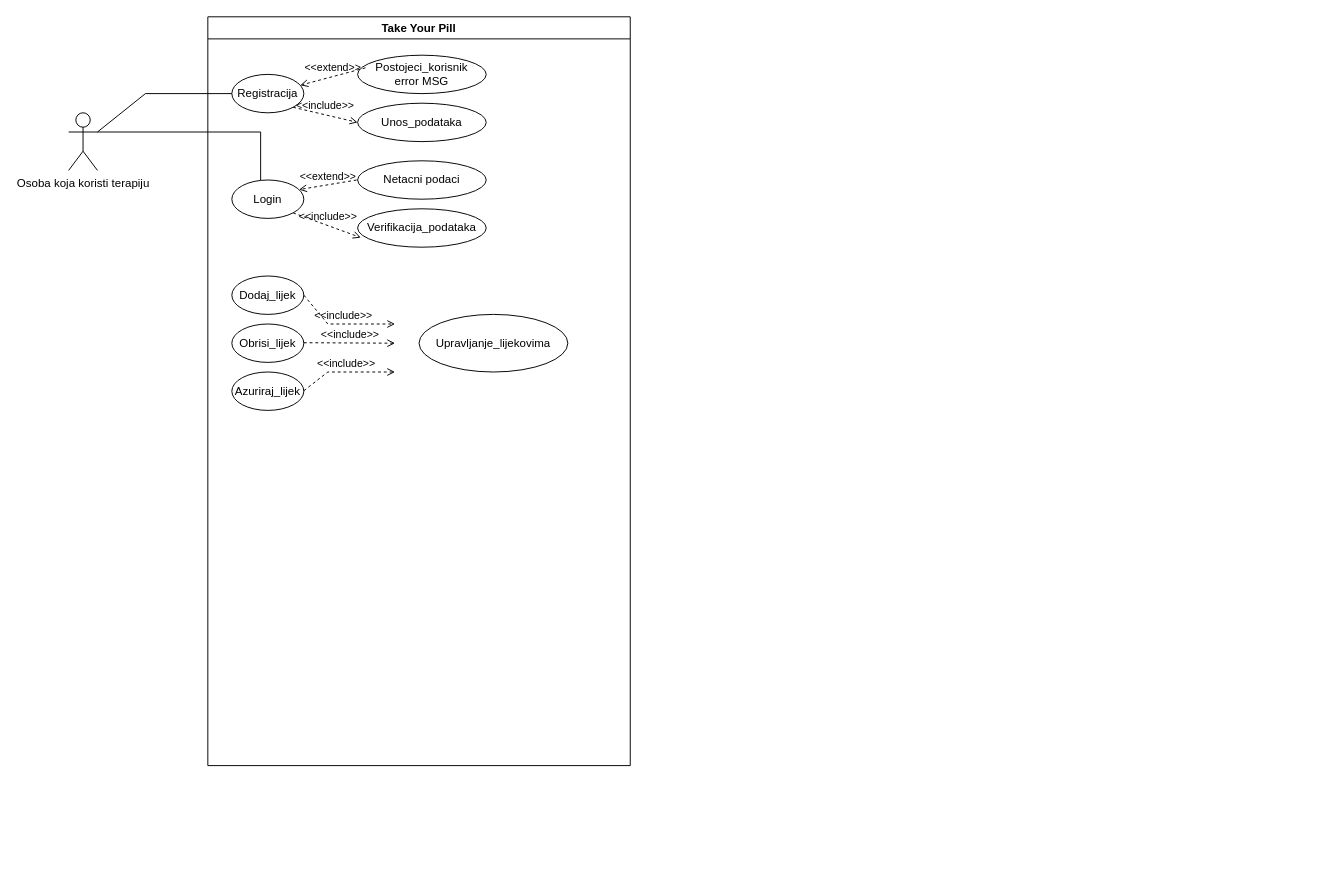
This is OOAD.drawio from ahakanovic1/Marsovci, a draw.io file, before an edit. Source tidied: cells renumbered, new cells numbered last; positions are measured from the earlier drawing's top-left corner, leaving out a move shared by most shapes. Both pictures are drawn from the tidied source at 96%, with x=0, y=0 at pixel (68, 16).
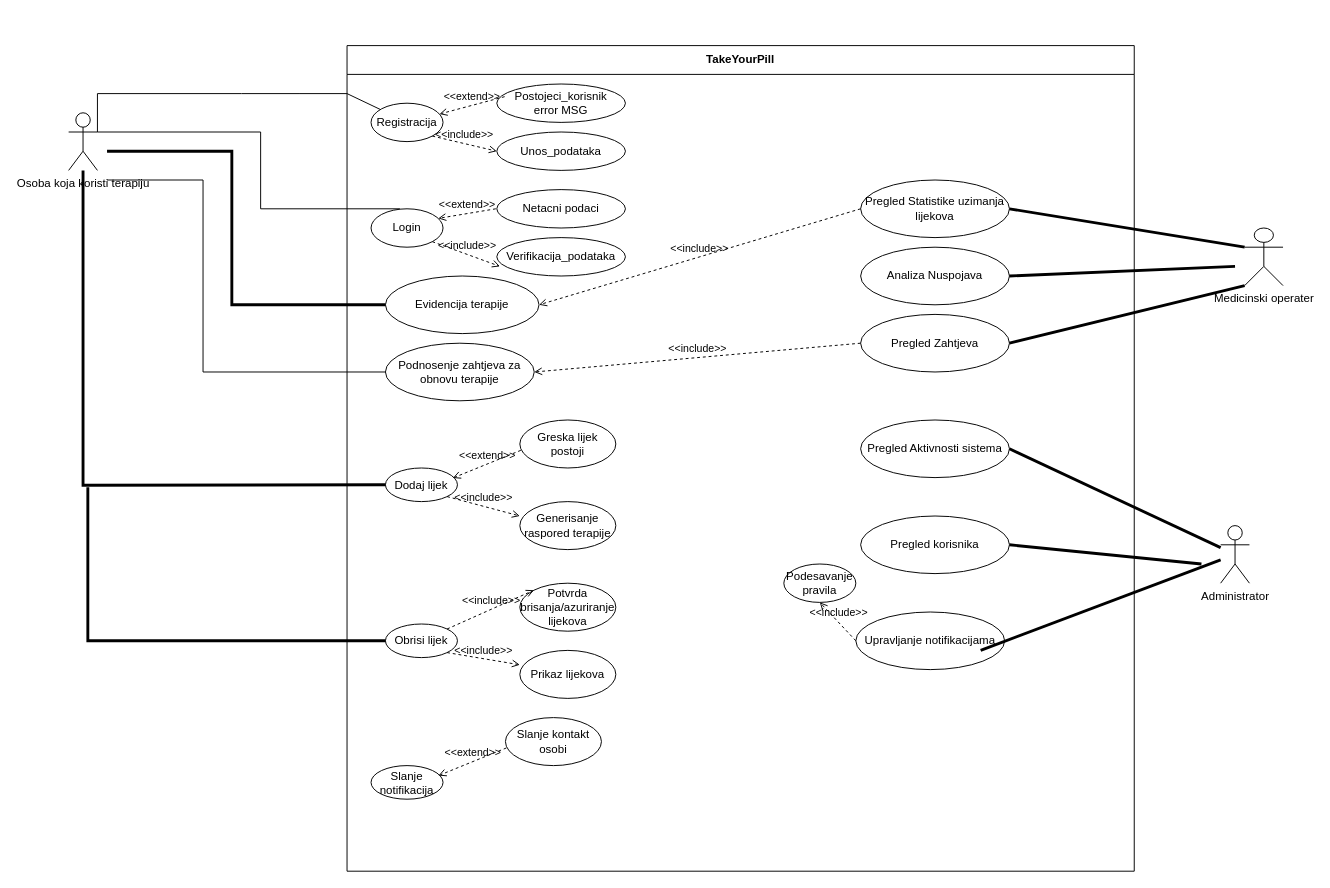
After the change.

The change refers to these unchanged cells:
```xml
<mxCell id="3" value="Registracija" style="ellipse;whiteSpace=wrap;html=1;" parent="2" vertex="1">
  <mxGeometry x="25" y="60" width="75" height="40" as="geometry" />
</mxCell>
<mxCell id="6" value="Login" style="ellipse;whiteSpace=wrap;html=1;" parent="2" vertex="1">
  <mxGeometry x="25" y="170" width="75" height="40" as="geometry" />
</mxCell>
<mxCell id="20" value="Osoba koja koristi terapiju&lt;div&gt;&lt;br&gt;&lt;/div&gt;" style="shape=umlActor;verticalLabelPosition=bottom;verticalAlign=top;html=1;outlineConnect=0;" parent="1" vertex="1">
  <mxGeometry y="100" width="30" height="60" as="geometry" />
</mxCell>
```

Change to the diagram source:
```diff
@@
-    <mxCell id="2" value="Take Your Pill" style="swimlane;whiteSpace=wrap;html=1;" parent="1" vertex="1">
-      <mxGeometry x="145" width="440" height="780" as="geometry" />
+    <mxCell id="2" value="TakeYourPill" style="swimlane;whiteSpace=wrap;html=1;startSize=30;" parent="1" vertex="1">
+      <mxGeometry x="290" y="30" width="820" height="860" as="geometry" />
     </mxCell>
@@
-    <mxCell id="13" value="Dodaj_lijek" style="ellipse;whiteSpace=wrap;html=1;" parent="2" vertex="1">
-      <mxGeometry x="25" y="270" width="75" height="40" as="geometry" />
-    </mxCell>
-    <mxCell id="14" value="Obrisi_lijek" style="ellipse;whiteSpace=wrap;html=1;" parent="2" vertex="1">
-      <mxGeometry x="25" y="320" width="75" height="40" as="geometry" />
-    </mxCell>
-    <mxCell id="15" value="Azuriraj_lijek" style="ellipse;whiteSpace=wrap;html=1;" parent="2" vertex="1">
-      <mxGeometry x="25" y="370" width="75" height="40" as="geometry" />
-    </mxCell>
-    <mxCell id="16" value="&amp;lt;&amp;lt;include&amp;gt;&amp;gt;" style="html=1;verticalAlign=bottom;labelBackgroundColor=none;endArrow=open;endFill=0;dashed=1;rounded=0;exitX=1;exitY=0.5;exitDx=0;exitDy=0;" parent="2" edge="1" source="13">
-      <mxGeometry relative="1" as="geometry">
-        <mxPoint x="195" y="320" as="targetPoint" />
-        <Array as="points">
-          <mxPoint x="125" y="320" />
-        </Array>
-      </mxGeometry>
-    </mxCell>
-    <mxCell id="17" value="&amp;lt;&amp;lt;include&amp;gt;&amp;gt;" style="html=1;verticalAlign=bottom;labelBackgroundColor=none;endArrow=open;endFill=0;dashed=1;rounded=0;exitX=1;exitY=0.5;exitDx=0;exitDy=0;" parent="2" edge="1">
-      <mxGeometry relative="1" as="geometry">
-        <mxPoint x="100" y="339.5" as="sourcePoint" />
-        <mxPoint x="195" y="340" as="targetPoint" />
-      </mxGeometry>
-    </mxCell>
-    <mxCell id="18" value="&amp;lt;&amp;lt;include&amp;gt;&amp;gt;" style="html=1;verticalAlign=bottom;labelBackgroundColor=none;endArrow=open;endFill=0;dashed=1;rounded=0;exitX=1;exitY=0.5;exitDx=0;exitDy=0;" parent="2" edge="1">
-      <mxGeometry relative="1" as="geometry">
-        <mxPoint x="100" y="389.5" as="sourcePoint" />
-        <mxPoint x="195" y="370" as="targetPoint" />
-        <Array as="points">
-          <mxPoint x="125" y="370" />
-        </Array>
-      </mxGeometry>
-    </mxCell>
-    <mxCell id="19" value="Upravljanje_lijekovima" style="ellipse;whiteSpace=wrap;html=1;" parent="2" vertex="1">
-      <mxGeometry x="220" y="310" width="155" height="60" as="geometry" />
+    <mxCell id="19" value="Podnosenje zahtjeva za obnovu terapije" style="ellipse;whiteSpace=wrap;html=1;" parent="2" vertex="1">
+      <mxGeometry x="40" y="310" width="155" height="60" as="geometry" />
     </mxCell>
+    <mxCell id="23" value="Pregled Zahtjeva" style="ellipse;whiteSpace=wrap;html=1;" parent="2" vertex="1">
+      <mxGeometry x="535" y="280" width="155" height="60" as="geometry" />
+    </mxCell>
+    <mxCell id="24" value="Analiza Nuspojava" style="ellipse;whiteSpace=wrap;html=1;" parent="2" vertex="1">
+      <mxGeometry x="535" y="210" width="155" height="60" as="geometry" />
+    </mxCell>
+    <mxCell id="25" value="Pregled Statistike uzimanja lijekova" style="ellipse;whiteSpace=wrap;html=1;" parent="2" vertex="1">
+      <mxGeometry x="535" y="140" width="155" height="60" as="geometry" />
+    </mxCell>
+    <mxCell id="26" value="&lt;div&gt;Medicinski operater&lt;/div&gt;&lt;div&gt;&lt;br&gt;&lt;/div&gt;" style="shape=umlActor;verticalLabelPosition=bottom;verticalAlign=top;html=1;outlineConnect=0;" parent="2" vertex="1">
+      <mxGeometry x="935" y="190" width="40" height="60" as="geometry" />
+    </mxCell>
+    <mxCell id="27" style="endArrow=none;startArrow=none;endFill=0;startFill=0;endSize=8;html=1;verticalAlign=bottom;labelBackgroundColor=none;strokeWidth=3;rounded=0;exitX=1;exitY=0.5;exitDx=0;exitDy=0;" parent="2" edge="1" source="24">
+      <mxGeometry relative="1" as="geometry">
+        <mxPoint x="925" y="230" as="targetPoint" />
+      </mxGeometry>
+    </mxCell>
+    <mxCell id="28" style="endArrow=none;startArrow=none;endFill=0;startFill=0;endSize=8;html=1;verticalAlign=bottom;labelBackgroundColor=none;strokeWidth=3;rounded=0;exitX=1;exitY=0.5;exitDx=0;exitDy=0;entryX=0;entryY=0.3333333333333333;entryDx=0;entryDy=0;entryPerimeter=0;" parent="2" edge="1" source="25" target="26">
+      <mxGeometry relative="1" as="geometry" />
+    </mxCell>
+    <mxCell id="29" style="endArrow=none;startArrow=none;endFill=0;startFill=0;endSize=8;html=1;verticalAlign=bottom;labelBackgroundColor=none;strokeWidth=3;rounded=0;entryX=0;entryY=1;entryDx=0;entryDy=0;entryPerimeter=0;exitX=1;exitY=0.5;exitDx=0;exitDy=0;" parent="2" edge="1" source="23" target="26">
+      <mxGeometry relative="1" as="geometry" />
+    </mxCell>
+    <mxCell id="30" value="&amp;lt;&amp;lt;include&amp;gt;&amp;gt;" style="html=1;verticalAlign=bottom;labelBackgroundColor=none;endArrow=open;endFill=0;dashed=1;rounded=0;exitX=0;exitY=0.5;exitDx=0;exitDy=0;entryX=1;entryY=0.5;entryDx=0;entryDy=0;" parent="2" edge="1" source="23" target="19">
+      <mxGeometry relative="1" as="geometry" />
+    </mxCell>
+    <mxCell id="31" value="Pregled korisnika" style="ellipse;whiteSpace=wrap;html=1;" parent="2" vertex="1">
+      <mxGeometry x="535" y="490" width="155" height="60" as="geometry" />
+    </mxCell>
+    <mxCell id="32" value="Pregled Aktivnosti sistema" style="ellipse;whiteSpace=wrap;html=1;" parent="2" vertex="1">
+      <mxGeometry x="535" y="390" width="155" height="60" as="geometry" />
+    </mxCell>
+    <mxCell id="33" value="Upravljanje notifikacijama" style="ellipse;whiteSpace=wrap;html=1;" parent="2" vertex="1">
+      <mxGeometry x="530" y="590" width="155" height="60" as="geometry" />
+    </mxCell>
+    <mxCell id="34" value="Podesavanje pravila" style="ellipse;whiteSpace=wrap;html=1;" parent="2" vertex="1">
+      <mxGeometry x="455" y="540" width="75" height="40" as="geometry" />
+    </mxCell>
+    <mxCell id="35" value="&amp;lt;&amp;lt;include&amp;gt;&amp;gt;" style="html=1;verticalAlign=bottom;labelBackgroundColor=none;endArrow=open;endFill=0;dashed=1;rounded=0;exitX=0;exitY=0.5;exitDx=0;exitDy=0;entryX=0.5;entryY=1;entryDx=0;entryDy=0;" parent="2" edge="1" source="33" target="34">
+      <mxGeometry relative="1" as="geometry" />
+    </mxCell>
+    <mxCell id="36" value="Dodaj lijek" style="ellipse;whiteSpace=wrap;html=1;" parent="2" vertex="1">
+      <mxGeometry x="40" y="440" width="75" height="35" as="geometry" />
+    </mxCell>
+    <mxCell id="37" value="Generisanje raspored terapije" style="ellipse;whiteSpace=wrap;html=1;" parent="2" vertex="1">
+      <mxGeometry x="180" y="475" width="100" height="50" as="geometry" />
+    </mxCell>
+    <mxCell id="38" value="Greska lijek postoji" style="ellipse;whiteSpace=wrap;html=1;" parent="2" vertex="1">
+      <mxGeometry x="180" y="390" width="100" height="50" as="geometry" />
+    </mxCell>
+    <mxCell id="39" value="&amp;lt;&amp;lt;extend&amp;gt;&amp;gt;" style="html=1;verticalAlign=bottom;labelBackgroundColor=none;endArrow=open;endFill=0;dashed=1;rounded=0;exitX=0.01;exitY=0.632;exitDx=0;exitDy=0;exitPerimeter=0;entryX=0.936;entryY=0.298;entryDx=0;entryDy=0;entryPerimeter=0;" parent="2" edge="1" source="38" target="36">
+      <mxGeometry relative="1" as="geometry" />
+    </mxCell>
+    <mxCell id="40" value="&amp;lt;&amp;lt;include&amp;gt;&amp;gt;" style="html=1;verticalAlign=bottom;labelBackgroundColor=none;endArrow=open;endFill=0;dashed=1;rounded=0;exitX=1;exitY=1;exitDx=0;exitDy=0;entryX=0;entryY=0.3;entryDx=0;entryDy=0;entryPerimeter=0;" parent="2" edge="1" source="36" target="37">
+      <mxGeometry relative="1" as="geometry" />
+    </mxCell>
+    <mxCell id="41" value="Obrisi lijek" style="ellipse;whiteSpace=wrap;html=1;" parent="2" vertex="1">
+      <mxGeometry x="40" y="602.5" width="75" height="35" as="geometry" />
+    </mxCell>
+    <mxCell id="42" value="Prikaz lijekova" style="ellipse;whiteSpace=wrap;html=1;" parent="2" vertex="1">
+      <mxGeometry x="180" y="630" width="100" height="50" as="geometry" />
+    </mxCell>
+    <mxCell id="43" value="&amp;lt;&amp;lt;include&amp;gt;&amp;gt;" style="html=1;verticalAlign=bottom;labelBackgroundColor=none;endArrow=open;endFill=0;dashed=1;rounded=0;exitX=1;exitY=1;exitDx=0;exitDy=0;entryX=0;entryY=0.3;entryDx=0;entryDy=0;entryPerimeter=0;" parent="2" edge="1" source="41" target="42">
+      <mxGeometry relative="1" as="geometry" />
+    </mxCell>
+    <mxCell id="44" value="Evidencija terapije" style="ellipse;whiteSpace=wrap;html=1;" parent="2" vertex="1">
+      <mxGeometry x="40" y="240" width="160" height="60" as="geometry" />
+    </mxCell>
+    <mxCell id="45" value="&amp;lt;&amp;lt;include&amp;gt;&amp;gt;" style="html=1;verticalAlign=bottom;labelBackgroundColor=none;endArrow=open;endFill=0;dashed=1;rounded=0;exitX=0;exitY=0.5;exitDx=0;exitDy=0;entryX=1;entryY=0.5;entryDx=0;entryDy=0;" parent="2" edge="1" source="25" target="44">
+      <mxGeometry relative="1" as="geometry" />
+    </mxCell>
+    <mxCell id="46" value="Potvrda brisanja/azuriranje lijekova" style="ellipse;whiteSpace=wrap;html=1;" parent="2" vertex="1">
+      <mxGeometry x="180" y="560" width="100" height="50" as="geometry" />
+    </mxCell>
+    <mxCell id="47" value="&amp;lt;&amp;lt;include&amp;gt;&amp;gt;" style="html=1;verticalAlign=bottom;labelBackgroundColor=none;endArrow=open;endFill=0;dashed=1;rounded=0;exitX=1;exitY=0;exitDx=0;exitDy=0;entryX=0;entryY=0;entryDx=0;entryDy=0;" parent="2" edge="1" source="41" target="46">
+      <mxGeometry relative="1" as="geometry" />
+    </mxCell>
+    <mxCell id="48" value="Slanje notifikacija" style="ellipse;whiteSpace=wrap;html=1;" parent="2" vertex="1">
+      <mxGeometry x="25" y="750" width="75" height="35" as="geometry" />
+    </mxCell>
+    <mxCell id="49" value="Slanje kontakt osobi" style="ellipse;whiteSpace=wrap;html=1;" parent="2" vertex="1">
+      <mxGeometry x="165" y="700" width="100" height="50" as="geometry" />
+    </mxCell>
+    <mxCell id="50" value="&amp;lt;&amp;lt;extend&amp;gt;&amp;gt;" style="html=1;verticalAlign=bottom;labelBackgroundColor=none;endArrow=open;endFill=0;dashed=1;rounded=0;exitX=0.01;exitY=0.632;exitDx=0;exitDy=0;exitPerimeter=0;entryX=0.936;entryY=0.298;entryDx=0;entryDy=0;entryPerimeter=0;" parent="2" edge="1" source="49" target="48">
+      <mxGeometry relative="1" as="geometry" />
+    </mxCell>
@@
     <mxCell id="21" style="endArrow=none;html=1;rounded=0;" parent="1" edge="1" target="3">
       <mxGeometry relative="1" as="geometry">
         <mxPoint x="30" y="120" as="sourcePoint" />
         <Array as="points">
-          <mxPoint x="80" y="80" />
+          <mxPoint x="30" y="80" />
+          <mxPoint x="180" y="80" />
+          <mxPoint x="240" y="80" />
+          <mxPoint x="290" y="80" />
         </Array>
       </mxGeometry>
     </mxCell>
     <mxCell id="22" style="endArrow=none;html=1;rounded=0;exitX=1;exitY=0.3333333333333333;exitDx=0;exitDy=0;exitPerimeter=0;entryX=0.4;entryY=0;entryDx=0;entryDy=0;entryPerimeter=0;" parent="1" edge="1" source="20" target="6">
       <mxGeometry relative="1" as="geometry">
         <Array as="points">
           <mxPoint x="90" y="120" />
           <mxPoint x="200" y="120" />
+          <mxPoint x="200" y="200" />
         </Array>
       </mxGeometry>
     </mxCell>
+    <mxCell id="51" style="endArrow=none;html=1;rounded=0;entryX=0;entryY=0.5;entryDx=0;entryDy=0;" parent="1" edge="1" target="19">
+      <mxGeometry relative="1" as="geometry">
+        <mxPoint x="40" y="170" as="sourcePoint" />
+        <Array as="points">
+          <mxPoint x="140" y="170" />
+          <mxPoint x="140" y="370" />
+        </Array>
+      </mxGeometry>
+    </mxCell>
+    <mxCell id="52" value="Administrator" style="shape=umlActor;verticalLabelPosition=bottom;verticalAlign=top;html=1;outlineConnect=0;" parent="1" vertex="1">
+      <mxGeometry x="1200" y="530" width="30" height="60" as="geometry" />
+    </mxCell>
+    <mxCell id="53" style="endArrow=none;startArrow=none;endFill=0;startFill=0;endSize=8;html=1;verticalAlign=bottom;labelBackgroundColor=none;strokeWidth=3;rounded=0;" parent="1" edge="1" target="52">
+      <mxGeometry relative="1" as="geometry">
+        <mxPoint x="950" y="660" as="sourcePoint" />
+      </mxGeometry>
+    </mxCell>
+    <mxCell id="54" style="endArrow=none;startArrow=none;endFill=0;startFill=0;endSize=8;html=1;verticalAlign=bottom;labelBackgroundColor=none;strokeWidth=3;rounded=0;entryX=1;entryY=0.5;entryDx=0;entryDy=0;" parent="1" edge="1" source="52" target="32">
+      <mxGeometry relative="1" as="geometry" />
+    </mxCell>
+    <mxCell id="55" style="endArrow=none;startArrow=none;endFill=0;startFill=0;endSize=8;html=1;verticalAlign=bottom;labelBackgroundColor=none;strokeWidth=3;rounded=0;exitX=1;exitY=0.5;exitDx=0;exitDy=0;" parent="1" edge="1" source="31">
+      <mxGeometry relative="1" as="geometry">
+        <mxPoint x="1180" y="570" as="targetPoint" />
+      </mxGeometry>
+    </mxCell>
+    <mxCell id="56" style="endArrow=none;startArrow=none;endFill=0;startFill=0;endSize=8;html=1;verticalAlign=bottom;labelBackgroundColor=none;strokeWidth=3;rounded=0;entryX=0;entryY=0.5;entryDx=0;entryDy=0;" parent="1" edge="1" source="20" target="36">
+      <mxGeometry relative="1" as="geometry">
+        <Array as="points">
+          <mxPoint x="15" y="488" />
+        </Array>
+      </mxGeometry>
+    </mxCell>
+    <mxCell id="57" style="endArrow=none;startArrow=none;endFill=0;startFill=0;endSize=8;html=1;verticalAlign=bottom;labelBackgroundColor=none;strokeWidth=3;rounded=0;entryX=0;entryY=0.5;entryDx=0;entryDy=0;" parent="1" edge="1" target="41">
+      <mxGeometry relative="1" as="geometry">
+        <mxPoint x="20" y="490" as="sourcePoint" />
+        <Array as="points">
+          <mxPoint x="20" y="650" />
+        </Array>
+      </mxGeometry>
+    </mxCell>
+    <mxCell id="58" style="endArrow=none;startArrow=none;endFill=0;startFill=0;endSize=8;html=1;verticalAlign=bottom;labelBackgroundColor=none;strokeWidth=3;rounded=0;entryX=0;entryY=0.5;entryDx=0;entryDy=0;" parent="1" edge="1" target="44">
+      <mxGeometry relative="1" as="geometry">
+        <mxPoint x="40" y="140" as="sourcePoint" />
+        <Array as="points">
+          <mxPoint x="170" y="140" />
+          <mxPoint x="170" y="300" />
+        </Array>
+      </mxGeometry>
+    </mxCell>
```
